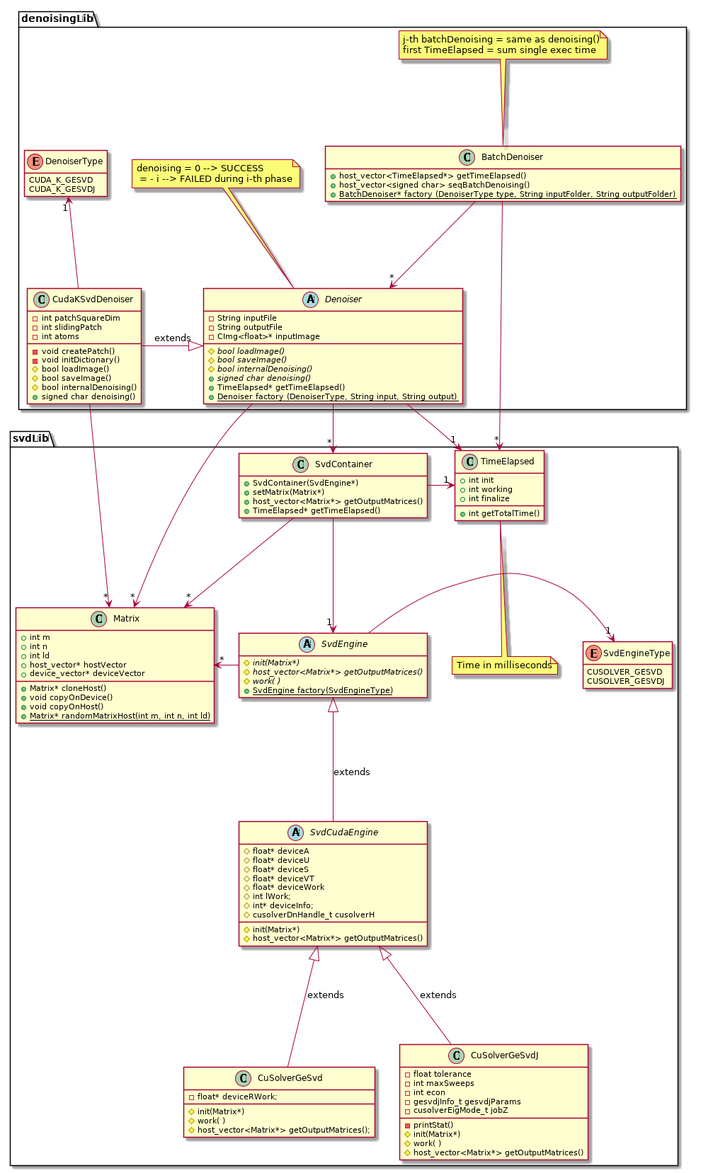
Before: uml/out/classDiagram/diagrammaSVD.png, a diagram exported from PlantUML (newfla/CUDA-K-SVD-Denoising). The source it was exported from:
```plantuml
@startuml diagrammaSVD

package svdLib {
    class Matrix{
        + int m
        + int n
        + int ld
        + host_vector* hostVector
        + device_vector* deviceVector
        + Matrix* cloneHost()
        + void copyOnDevice()
        + void copyOnHost()
        {static} + Matrix* randomMatrixHost(int m, int n, int ld)
    }

    abstract class SvdEngine{

        {abstract} # init(Matrix*)
        {abstract} # host_vector<Matrix*> getOutputMatrices()
        {abstract} # work( )
        {static} + SvdEngine factory(SvdEngineType)
    }

    abstract class SvdCudaEngine{

        # float* deviceA
        # float* deviceU
        # float* deviceS
        # float* deviceVT
        # float* deviceWork
        # int lWork;
        # int* deviceInfo;
        # cusolverDnHandle_t cusolverH


        #  init(Matrix*)
        #  host_vector<Matrix*> getOutputMatrices()
    }

    enum SvdEngineType{
            CUSOLVER_GESVD
            CUSOLVER_GESVDJ
    }

    class CuSolverGeSvd{

        - float* deviceRWork;

        # init(Matrix*)
        # work( )
        # host_vector<Matrix*> getOutputMatrices();
    }

    class CuSolverGeSvdJ{

        - float tolerance
        - int maxSweeps
        - int econ
        - gesvdjInfo_t gesvdjParams
        - cusolverEigMode_t jobZ

        - printStat()
        # init(Matrix*)
        # work( )
        # host_vector<Matrix*> getOutputMatrices()
    }


    class TimeElapsed{
        + int init
        + int working
        + int finalize
        + int getTotalTime()
    }

    note bottom: Time in milliseconds

    class SvdContainer{

        + SvdContainer(SvdEngine*)
        + setMatrix(Matrix*)
        + host_vector<Matrix*> getOutputMatrices()
        + TimeElapsed* getTimeElapsed()
    }

    SvdContainer -->  "*" Matrix
    SvdContainer --> "1" SvdEngine
    TimeElapsed "1" <- SvdContainer
    SvdEngine -> "*" Matrix
    SvdEngine -> "1" SvdEngineType
    SvdEngine <|-- SvdCudaEngine : extends
    SvdCudaEngine <|-- CuSolverGeSvdJ : extends
    SvdCudaEngine <|-- CuSolverGeSvd : extends

    hide SvdEngineType methods
    hide SvdContainer fields
    hide SvdEngine fields
}

package denoisingLib{

    enum DenoiserType{
            CUDA_K_GESVD
            CUDA_K_GESVDJ
    }

    abstract class Denoiser{

        - String inputFile
        - String outputFile
        - CImg<float>* inputImage

        {abstract} # bool loadImage()
        {abstract} # bool saveImage()
        {abstract} # bool internalDenoising()
        {abstract} + signed char denoising()
        + TimeElapsed* getTimeElapsed()
        {static} + Denoiser factory (DenoiserType, String input, String output)
    }

    note top: denoising = 0 --> SUCCESS\n = - i --> FAILED during i-th phase

    class CudaKSvdDenoiser{
        - int patchSquareDim
        - int slidingPatch
        - int atoms

        - void createPatch()
        - void initDictionary()
        # bool loadImage()
        # bool saveImage()
        # bool internalDenoising()
        + signed char denoising()
    }

    class BatchDenoiser{
        + host_vector<TimeElapsed*> getTimeElapsed()
        + host_vector<signed char> seqBatchDenoising()
        {static} + BatchDenoiser* factory (DenoiserType type, String inputFolder, String outputFolder)
    }

    note top: j-th batchDenoising = same as denoising()\nfirst TimeElapsed = sum single exec time


    Denoiser --> "1" TimeElapsed
    Denoiser --> "*" Matrix
    Denoiser --> "*" SvdContainer
    CudaKSvdDenoiser -|> Denoiser : extends
    DenoiserType "1"<-- CudaKSvdDenoiser
    CudaKSvdDenoiser --> "*" Matrix
    BatchDenoiser --> "*" Denoiser
    BatchDenoiser --> "*" TimeElapsed

    hide BatchDenoiser fields
    hide DenoiserType methods
}


@enduml
```
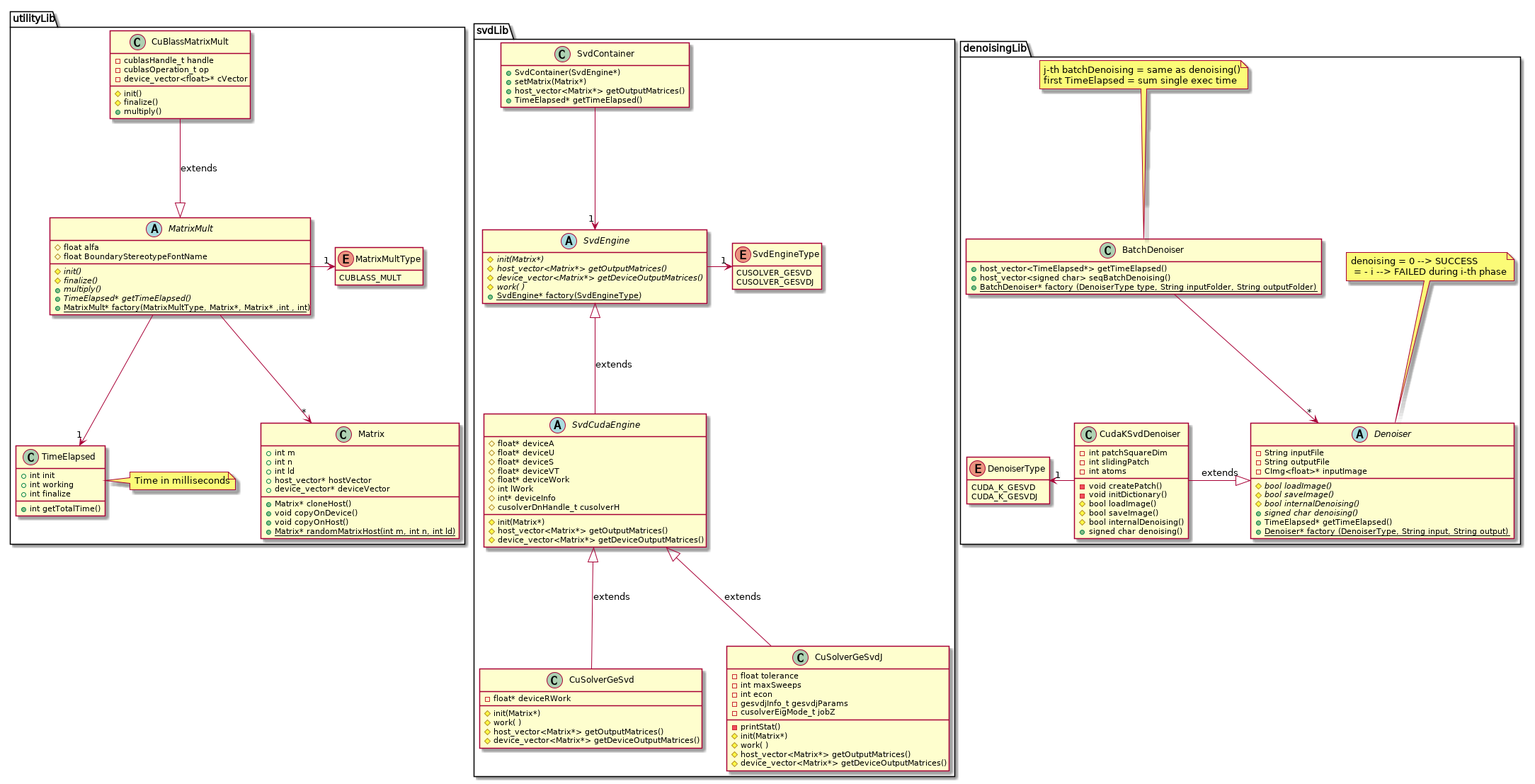
Above is the later version.

What changed in the source:
```diff
@@ -1,24 +1,73 @@
 @startuml diagrammaSVD
 
-package svdLib {
+package utilityLib{
+
     class Matrix{
         + int m
         + int n
         + int ld
         + host_vector* hostVector
         + device_vector* deviceVector
+
         + Matrix* cloneHost()
         + void copyOnDevice()
         + void copyOnHost()
         {static} + Matrix* randomMatrixHost(int m, int n, int ld)
     }
 
+    class TimeElapsed{
+        + int init
+        + int working
+        + int finalize
+        + int getTotalTime()
+    }
+
+    note right: Time in milliseconds
+
+    enum MatrixMultType{
+            CUBLASS_MULT
+    }
+
+    abstract class MatrixMult{
+
+        # float alfa
+        # float BoundaryStereotypeFontName
+
+        {abstract} # init()
+        {abstract} # finalize()
+        {abstract} + multiply()
+        {abstract} + TimeElapsed* getTimeElapsed()
+        {static} + MatrixMult* factory(MatrixMultType, Matrix*, Matrix* ,int , int)
+    }
+
+    class CuBlassMatrixMult{
+
+        - cublasHandle_t handle
+        - cublasOperation_t op
+        - device_vector<float>* cVector
+
+        # init()
+        # finalize()
+        + multiply()
+    }
+
+    MatrixMult --> "*" Matrix
+    MatrixMult --> "1" TimeElapsed
+    MatrixMult -> "1" MatrixMultType
+    CuBlassMatrixMult --|> MatrixMult : extends
+
+    hide MatrixMultType methods
+}
+
+package svdLib {
+
     abstract class SvdEngine{
 
         {abstract} # init(Matrix*)
         {abstract} # host_vector<Matrix*> getOutputMatrices()
+        {abstract} # device_vector<Matrix*> getDeviceOutputMatrices()
         {abstract} # work( )
-        {static} + SvdEngine factory(SvdEngineType)
+        {static} + SvdEngine* factory(SvdEngineType)
     }
 
     abstract class SvdCudaEngine{
@@ -28,13 +77,14 @@
         # float* deviceS
         # float* deviceVT
         # float* deviceWork
-        # int lWork;
-        # int* deviceInfo;
+        # int lWork
+        # int* deviceInfo
         # cusolverDnHandle_t cusolverH
 
 
         #  init(Matrix*)
         #  host_vector<Matrix*> getOutputMatrices()
+        # device_vector<Matrix*> getDeviceOutputMatrices()
     }
 
     enum SvdEngineType{
@@ -44,11 +94,12 @@
 
     class CuSolverGeSvd{
 
-        - float* deviceRWork;
+        - float* deviceRWork
 
         # init(Matrix*)
         # work( )
-        # host_vector<Matrix*> getOutputMatrices();
+        # host_vector<Matrix*> getOutputMatrices()
+        # device_vector<Matrix*> getDeviceOutputMatrices()
     }
 
     class CuSolverGeSvdJ{
@@ -63,17 +114,8 @@
         # init(Matrix*)
         # work( )
         # host_vector<Matrix*> getOutputMatrices()
+        # device_vector<Matrix*> getDeviceOutputMatrices()
     }
-
-
-    class TimeElapsed{
-        + int init
-        + int working
-        + int finalize
-        + int getTotalTime()
-    }
-
-    note bottom: Time in milliseconds
 
     class SvdContainer{
 
@@ -83,10 +125,7 @@
         + TimeElapsed* getTimeElapsed()
     }
 
-    SvdContainer -->  "*" Matrix
     SvdContainer --> "1" SvdEngine
-    TimeElapsed "1" <- SvdContainer
-    SvdEngine -> "*" Matrix
     SvdEngine -> "1" SvdEngineType
     SvdEngine <|-- SvdCudaEngine : extends
     SvdCudaEngine <|-- CuSolverGeSvdJ : extends
@@ -115,7 +154,7 @@
         {abstract} # bool internalDenoising()
         {abstract} + signed char denoising()
         + TimeElapsed* getTimeElapsed()
-        {static} + Denoiser factory (DenoiserType, String input, String output)
+        {static} + Denoiser* factory (DenoiserType, String input, String output)
     }
 
     note top: denoising = 0 --> SUCCESS\n = - i --> FAILED during i-th phase
@@ -142,14 +181,9 @@
     note top: j-th batchDenoising = same as denoising()\nfirst TimeElapsed = sum single exec time
 
 
-    Denoiser --> "1" TimeElapsed
-    Denoiser --> "*" Matrix
-    Denoiser --> "*" SvdContainer
     CudaKSvdDenoiser -|> Denoiser : extends
-    DenoiserType "1"<-- CudaKSvdDenoiser
-    CudaKSvdDenoiser --> "*" Matrix
+    DenoiserType "1"<- CudaKSvdDenoiser
     BatchDenoiser --> "*" Denoiser
-    BatchDenoiser --> "*" TimeElapsed
 
     hide BatchDenoiser fields
     hide DenoiserType methods
```
